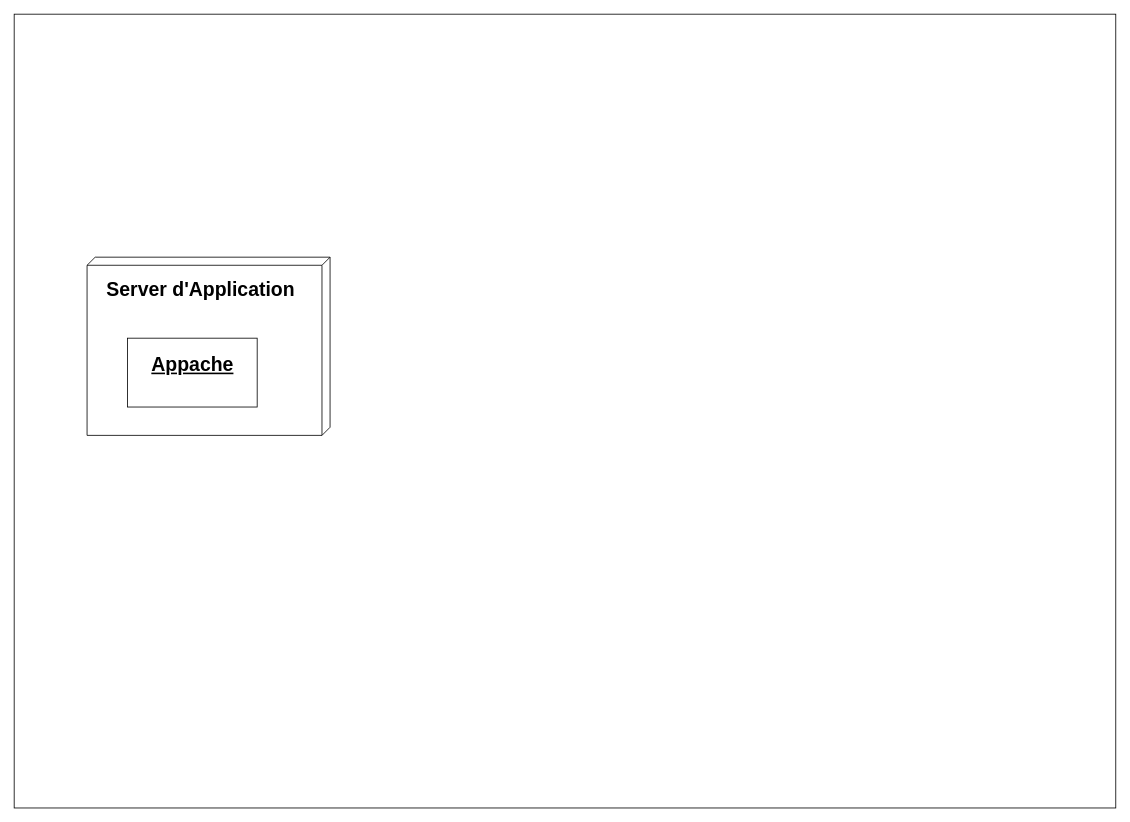
This is Diagramme de deploiement.drawio from Alino999/U-AUBEN, a draw.io file, before an edit. Source tidied: cells renumbered, new cells numbered last; positions are measured from the earlier drawing's top-left corner, leaving out a move shared by most shapes. Both pictures are drawn from the tidied source at 81%, with x=0, y=0 at pixel (14, 14).
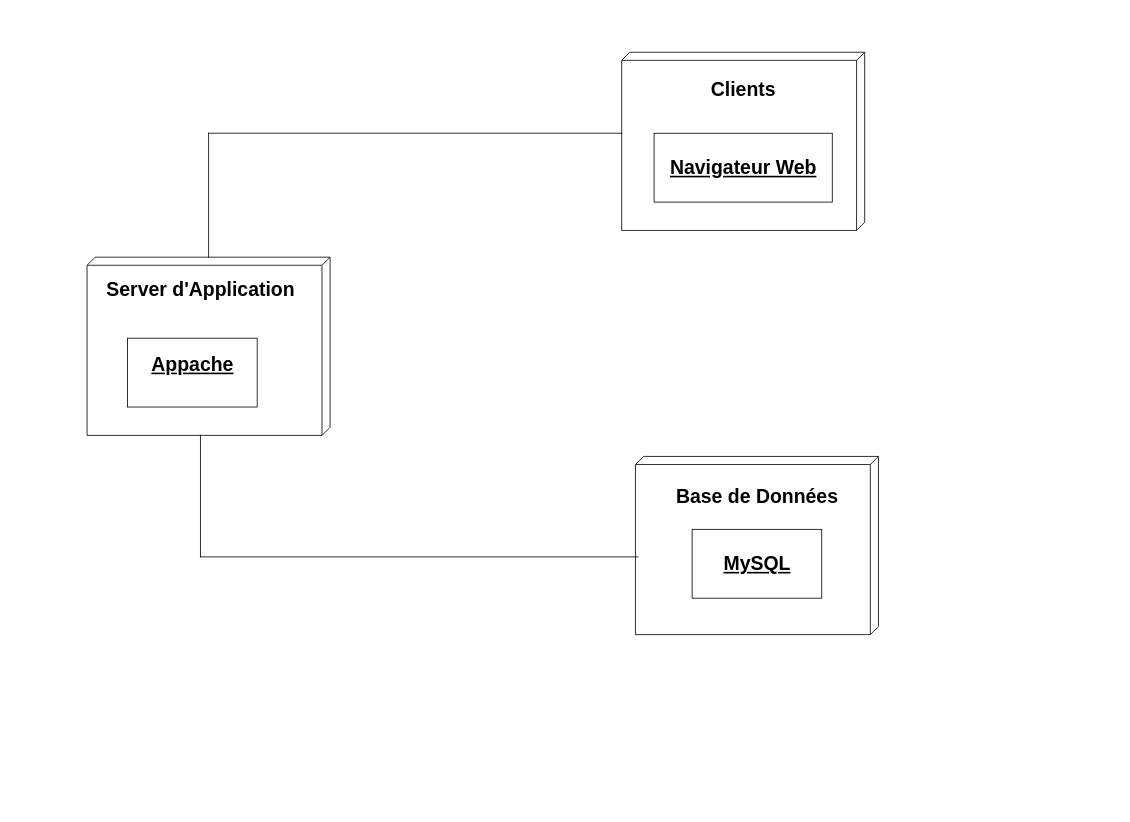
The same page after the edit.

Commit message (it also covers changes not shown here):
Mettre à jour Diagramme de deploiement.drawio

Change to the diagram source:
```diff
@@
 <mxGraphModel>
   <root>
     <mxCell id="0" />
     <mxCell id="1" parent="0" />
-    <mxCell id="2" style="rounded=0;whiteSpace=wrap;html=1;" parent="1" vertex="1">
-      <mxGeometry width="1360" height="980" as="geometry" />
+    <mxCell id="2" style="rounded=0;whiteSpace=wrap;html=1;strokeColor=none;" parent="1" vertex="1">
+      <mxGeometry x="70" y="30" width="1020" height="760" as="geometry" />
     </mxCell>
     <mxCell id="3" style="verticalAlign=top;align=left;spacingTop=8;spacingLeft=2;spacingRight=12;shape=cube;size=10;direction=south;fontStyle=4;html=1;whiteSpace=wrap;" parent="1" vertex="1">
       <mxGeometry x="90" y="300" width="300" height="220" as="geometry" />
     </mxCell>
     <mxCell id="4" style="rounded=0;whiteSpace=wrap;html=1;" parent="1" vertex="1">
       <mxGeometry x="140" y="400" width="160" height="85" as="geometry" />
     </mxCell>
     <mxCell id="5" value="&lt;u&gt;Appache&lt;/u&gt;" style="text;strokeColor=none;fillColor=none;html=1;fontSize=24;fontStyle=1;verticalAlign=middle;align=center;" parent="1" vertex="1">
       <mxGeometry x="170" y="412.5" width="100" height="40" as="geometry" />
     </mxCell>
     <mxCell id="6" value="Server d'Application" style="text;strokeColor=none;fillColor=none;html=1;fontSize=24;fontStyle=1;verticalAlign=middle;align=center;" parent="1" vertex="1">
-      <mxGeometry x="180" y="320" width="100" height="40" as="geometry" />
+      <mxGeometry x="180" y="321" width="100" height="40" as="geometry" />
     </mxCell>
+    <mxCell id="7" style="verticalAlign=top;align=left;spacingTop=8;spacingLeft=2;spacingRight=12;shape=cube;size=10;direction=south;fontStyle=4;html=1;whiteSpace=wrap;" parent="1" vertex="1">
+      <mxGeometry x="767" y="546" width="300" height="220" as="geometry" />
+    </mxCell>
+    <mxCell id="8" style="verticalAlign=top;align=left;spacingTop=8;spacingLeft=2;spacingRight=12;shape=cube;size=10;direction=south;fontStyle=4;html=1;whiteSpace=wrap;" parent="1" vertex="1">
+      <mxGeometry x="750" y="47" width="300" height="220" as="geometry" />
+    </mxCell>
+    <mxCell id="9" value="Base de Données" style="text;strokeColor=none;fillColor=none;html=1;fontSize=24;fontStyle=1;verticalAlign=middle;align=center;" parent="1" vertex="1">
+      <mxGeometry x="867" y="576" width="100" height="40" as="geometry" />
+    </mxCell>
+    <mxCell id="10" value="Clients" style="text;strokeColor=none;fillColor=none;html=1;fontSize=24;fontStyle=1;verticalAlign=middle;align=center;" parent="1" vertex="1">
+      <mxGeometry x="850" y="74" width="100" height="40" as="geometry" />
+    </mxCell>
+    <mxCell id="11" style="rounded=0;whiteSpace=wrap;html=1;" parent="1" vertex="1">
+      <mxGeometry x="837" y="636" width="160" height="85" as="geometry" />
+    </mxCell>
+    <mxCell id="12" style="rounded=0;whiteSpace=wrap;html=1;" parent="1" vertex="1">
+      <mxGeometry x="790" y="147" width="220" height="85" as="geometry" />
+    </mxCell>
+    <mxCell id="13" value="&lt;u&gt;Navigateur Web&lt;/u&gt;" style="text;strokeColor=none;fillColor=none;html=1;fontSize=24;fontStyle=1;verticalAlign=middle;align=center;" parent="1" vertex="1">
+      <mxGeometry x="850" y="169.5" width="100" height="40" as="geometry" />
+    </mxCell>
+    <mxCell id="14" value="&lt;u&gt;MySQL&lt;/u&gt;" style="text;strokeColor=none;fillColor=none;html=1;fontSize=24;fontStyle=1;verticalAlign=middle;align=center;" parent="1" vertex="1">
+      <mxGeometry x="867" y="658.5" width="100" height="40" as="geometry" />
+    </mxCell>
+    <mxCell id="15" style="shape=partialRectangle;whiteSpace=wrap;html=1;bottom=0;right=0;fillColor=none;" parent="1" vertex="1">
+      <mxGeometry x="240" y="147" width="510" height="153" as="geometry" />
+    </mxCell>
+    <mxCell id="16" style="shape=partialRectangle;whiteSpace=wrap;html=1;bottom=0;right=0;fillColor=none;direction=north;" parent="1" vertex="1">
+      <mxGeometry x="230" y="520" width="540" height="150" as="geometry" />
+    </mxCell>
   </root>
 </mxGraphModel>
```
